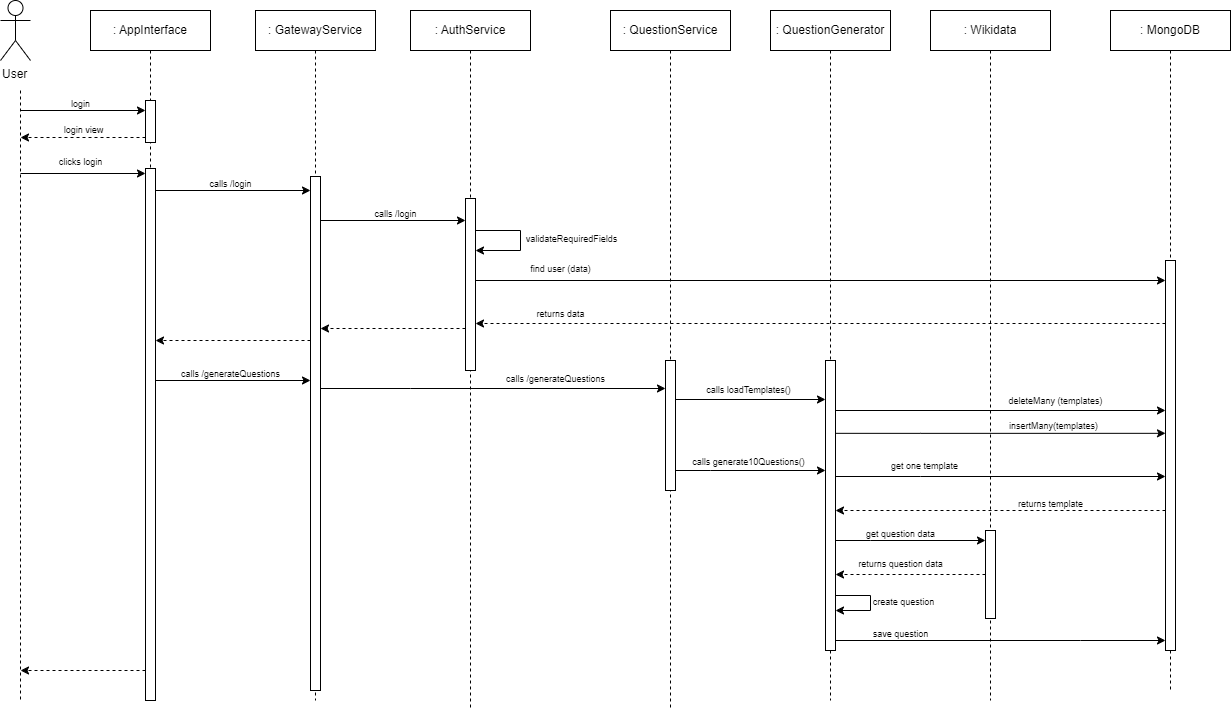
Earlier version of the draw.io export docs/images/loginScenario.png (Arquisoft/wiq_es1b). Source tidied: cells renumbered, new cells last; positions are measured from the earlier drawing's top-left corner, leaving out a move shared by most shapes.
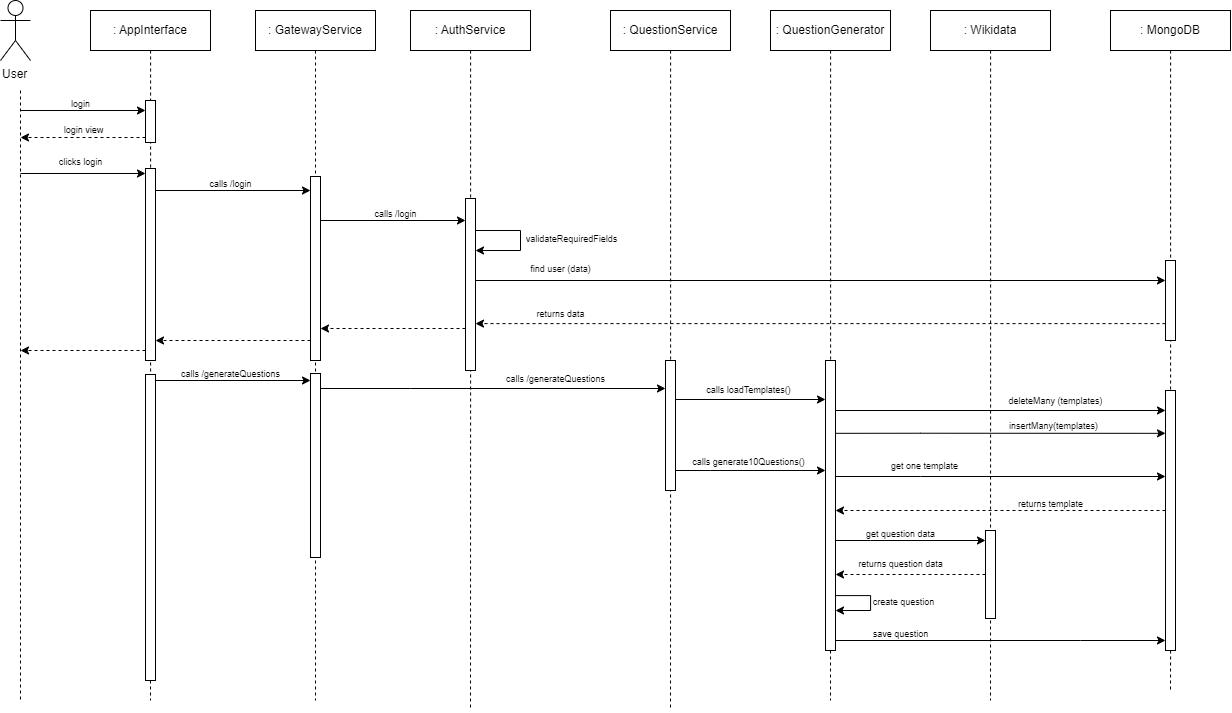
The same diagram one commit later.

Commit message:
updating login scenario diagram

What changed in the source:
```diff
@@ -26,12 +26,12 @@
     </mxCell>
     <mxCell id="7" style="edgeStyle=orthogonalEdgeStyle;rounded=0;orthogonalLoop=1;jettySize=auto;html=1;curved=0;dashed=1;" parent="1" edge="1">
       <mxGeometry relative="1" as="geometry">
-        <mxPoint x="145" y="670" as="sourcePoint" />
-        <mxPoint x="20" y="670" as="targetPoint" />
+        <mxPoint x="145" y="350" as="sourcePoint" />
+        <mxPoint x="20" y="350" as="targetPoint" />
       </mxGeometry>
     </mxCell>
     <mxCell id="8" style="html=1;points=[[0,0,0,0,5],[0,1,0,0,-5],[1,0,0,0,5],[1,1,0,0,-5]];perimeter=orthogonalPerimeter;outlineConnect=0;targetShapes=umlLifeline;portConstraint=eastwest;newEdgeStyle={&quot;curved&quot;:0,&quot;rounded&quot;:0};" parent="1" vertex="1">
-      <mxGeometry x="145" y="168" width="10" height="532" as="geometry" />
+      <mxGeometry x="145" y="168" width="10" height="192" as="geometry" />
     </mxCell>
     <mxCell id="9" style="edgeStyle=orthogonalEdgeStyle;rounded=0;orthogonalLoop=1;jettySize=auto;html=1;curved=0;" parent="1" edge="1">
       <mxGeometry relative="1" as="geometry">
@@ -71,7 +71,7 @@
       </mxGeometry>
     </mxCell>
     <mxCell id="14" style="html=1;perimeter=orthogonalPerimeter;targetShapes=umlLifeline;newEdgeStyle={&quot;curved&quot;:0,&quot;rounded&quot;:0};" parent="1" vertex="1">
-      <mxGeometry x="310" y="176" width="10" height="514" as="geometry" />
+      <mxGeometry x="310" y="176" width="10" height="184" as="geometry" />
     </mxCell>
     <mxCell id="15" value="&lt;font style=&quot;font-size: 9px;&quot;&gt;calls /login&lt;/font&gt;" style="text;html=1;align=center;verticalAlign=middle;strokeColor=none;fillColor=none;" parent="1" vertex="1">
       <mxGeometry x="195" y="168" width="70" height="30" as="geometry" />
@@ -109,6 +109,10 @@
     <mxCell id="22" style="edgeStyle=orthogonalEdgeStyle;rounded=0;jettySize=auto;html=1;dashed=1;endArrow=none;endFill=0;" parent="1" edge="1" source="23">
       <mxGeometry relative="1" as="geometry">
         <mxPoint x="1170" y="690" as="targetPoint" />
+        <Array as="points">
+          <mxPoint x="1170" y="650" />
+          <mxPoint x="1170" y="650" />
+        </Array>
       </mxGeometry>
     </mxCell>
     <mxCell id="23" value=": MongoDB" style="rounded=0;whiteSpace=wrap;html=1;" parent="1" vertex="1">
@@ -125,7 +129,7 @@
       </mxGeometry>
     </mxCell>
     <mxCell id="25" style="html=1;points=[[0,0,0,0,5],[0,1,0,0,-5],[1,0,0,0,5],[1,1,0,0,-5]];perimeter=orthogonalPerimeter;outlineConnect=0;targetShapes=umlLifeline;portConstraint=eastwest;newEdgeStyle={&quot;curved&quot;:0,&quot;rounded&quot;:0};" parent="1" vertex="1">
-      <mxGeometry x="1165" y="260" width="10" height="390" as="geometry" />
+      <mxGeometry x="1165" y="260" width="10" height="80" as="geometry" />
     </mxCell>
     <mxCell id="26" style="html=1;points=[[0,0,0,0,5],[0,1,0,0,-5],[1,0,0,0,5],[1,1,0,0,-5]];perimeter=orthogonalPerimeter;outlineConnect=0;targetShapes=umlLifeline;portConstraint=eastwest;newEdgeStyle={&quot;curved&quot;:0,&quot;rounded&quot;:0};" parent="1" vertex="1">
       <mxGeometry x="145" y="100" width="10" height="42" as="geometry" />
@@ -338,5 +342,14 @@
     <mxCell id="68" value="&lt;font style=&quot;font-size: 9px;&quot;&gt;save question&lt;/font&gt;" style="text;html=1;align=center;verticalAlign=middle;strokeColor=none;fillColor=none;" parent="1" vertex="1">
       <mxGeometry x="860" y="618" width="80" height="30" as="geometry" />
     </mxCell>
+    <mxCell id="69" style="html=1;perimeter=orthogonalPerimeter;targetShapes=umlLifeline;newEdgeStyle={&quot;curved&quot;:0,&quot;rounded&quot;:0};" parent="1" vertex="1">
+      <mxGeometry x="310" y="373" width="10" height="184" as="geometry" />
+    </mxCell>
+    <mxCell id="70" style="html=1;perimeter=orthogonalPerimeter;targetShapes=umlLifeline;newEdgeStyle={&quot;curved&quot;:0,&quot;rounded&quot;:0};" parent="1" vertex="1">
+      <mxGeometry x="145" y="374" width="10" height="306" as="geometry" />
+    </mxCell>
+    <mxCell id="71" style="html=1;perimeter=orthogonalPerimeter;targetShapes=umlLifeline;newEdgeStyle={&quot;curved&quot;:0,&quot;rounded&quot;:0};" parent="1" vertex="1">
+      <mxGeometry x="1165" y="390" width="10" height="260" as="geometry" />
+    </mxCell>
   </root>
 </mxGraphModel>
```
